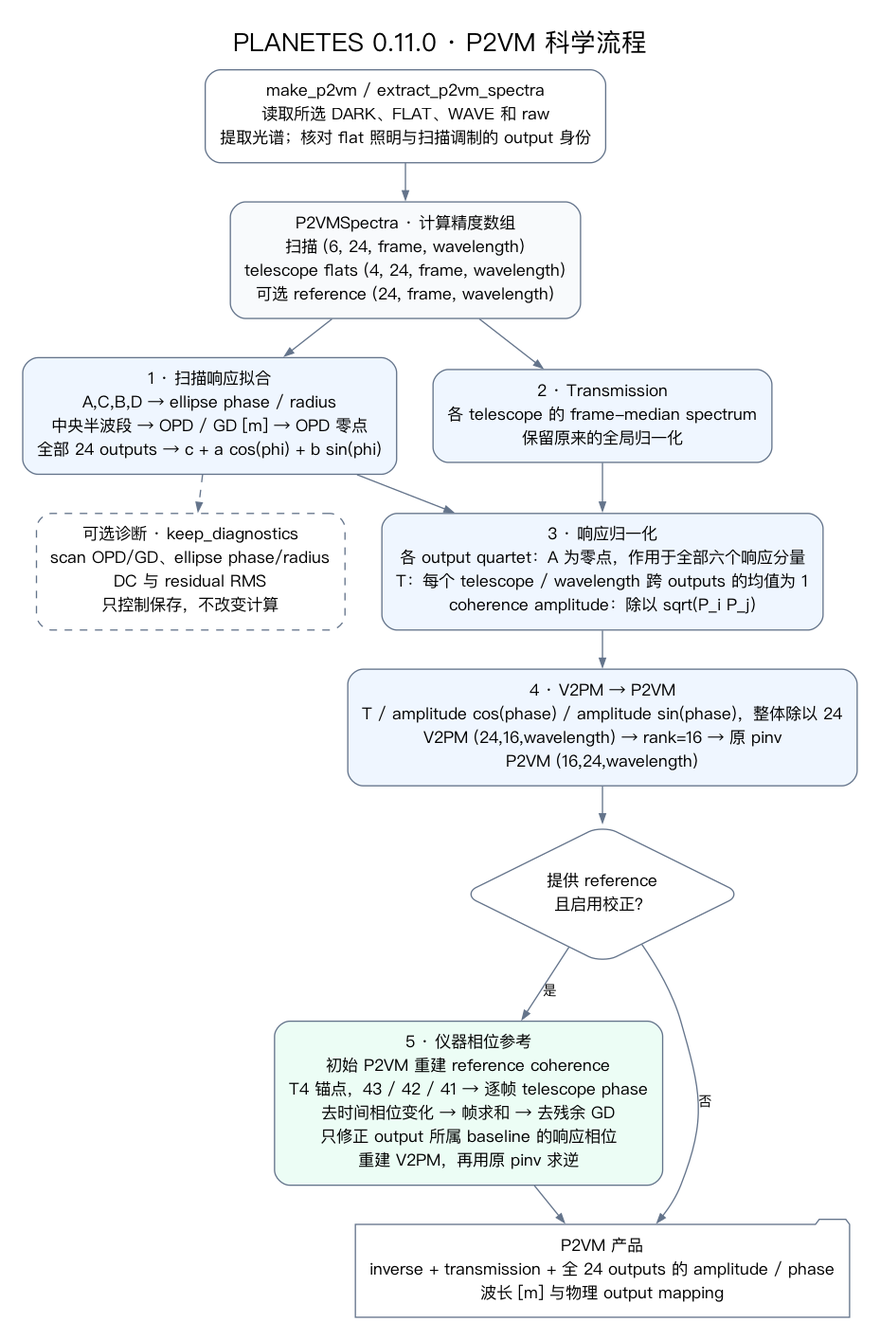
Before: docs/p2vm_flow.png, a diagram exported from Graphviz (zexwu/planetes_pipe). Its source is kept beside it as docs/p2vm_flow.dot. Source of this version:
```dot
digraph P2VM {
  graph [rankdir=TB, bgcolor="white", pad=0.25, nodesep=0.4, ranksep=0.4, fontname="PingFang SC", fontsize=20, label="PLANETES 0.11.0 · P2VM 科学流程", labelloc=t];
  node [shape=box, style="rounded", fontname="PingFang SC", fontsize=13, color="#64748b", margin="0.16,0.12"];
  edge [fontname="PingFang SC", fontsize=11, color="#64748b", arrowsize=0.7];
  files [label="make_p2vm / extract_p2vm_spectra\n读取所选 DARK、FLAT、WAVE 和 raw\n提取光谱；核对 flat 照明与扫描调制的 output 身份"];
  spectra [label="P2VMSpectra · 计算精度数组\n扫描 (6, 24, frame, wavelength)\ntelescope flats (4, 24, frame, wavelength)\n可选 reference (24, frame, wavelength)", style="rounded,filled", fillcolor="#f8fafc"];
  scan [label="1 · 扫描响应拟合\nA,C,B,D → ellipse phase / radius\n中央半波段 → OPD / GD [m] → OPD 零点\n全部 24 outputs → c + a cos(phi) + b sin(phi)", style="rounded,filled", fillcolor="#eff6ff"];
  transmission [label="2 · Transmission\n各 telescope 的 frame-median spectrum\n保留原来的全局归一化", style="rounded,filled", fillcolor="#eff6ff"];
  normalize [label="3 · 响应归一化\n各 output quartet：A 为零点，作用于全部六个响应分量\nT：每个 telescope / wavelength 跨 outputs 的均值为 1\ncoherence amplitude：除以 sqrt(P_i P_j)", style="rounded,filled", fillcolor="#eff6ff"];
  inverse [label="4 · V2PM → P2VM\nT / amplitude cos(phase) / amplitude sin(phase)，整体除以 24\nV2PM (24,16,wavelength) → rank=16 → 原 pinv\nP2VM (16,24,wavelength)", style="rounded,filled", fillcolor="#eff6ff"];
  optional [shape=diamond, label="提供 reference\n且启用校正？"];
  phase [label="5 · 仪器相位参考\n初始 P2VM 重建 reference coherence\nT4 锚点，43 / 42 / 41 → 逐帧 telescope phase\n去时间相位变化 → 帧求和 → 去残余 GD\n只修正 output 所属 baseline 的响应相位\n重建 V2PM，再用原 pinv 求逆", style="rounded,filled", fillcolor="#ecfdf5"];
  product [label="P2VM 产品\ninverse + transmission + 全 24 outputs 的 amplitude / phase\n波长 [m] 与物理 output mapping", shape=folder];
  diagnostics [label="可选诊断 · keep_diagnostics\nscan OPD/GD、ellipse phase/radius\nDC 与 residual RMS\n只控制保存，不改变计算", style="rounded,dashed"];
  files -> spectra;
  spectra -> scan;
  spectra -> transmission;
  {rank=same; scan; transmission;}
  scan -> normalize;
  transmission -> normalize;
  normalize -> inverse -> optional;
  optional -> phase [label="是"];
  optional -> product [label="否"];
  phase -> product;
  scan -> diagnostics [style=dashed];
}
```
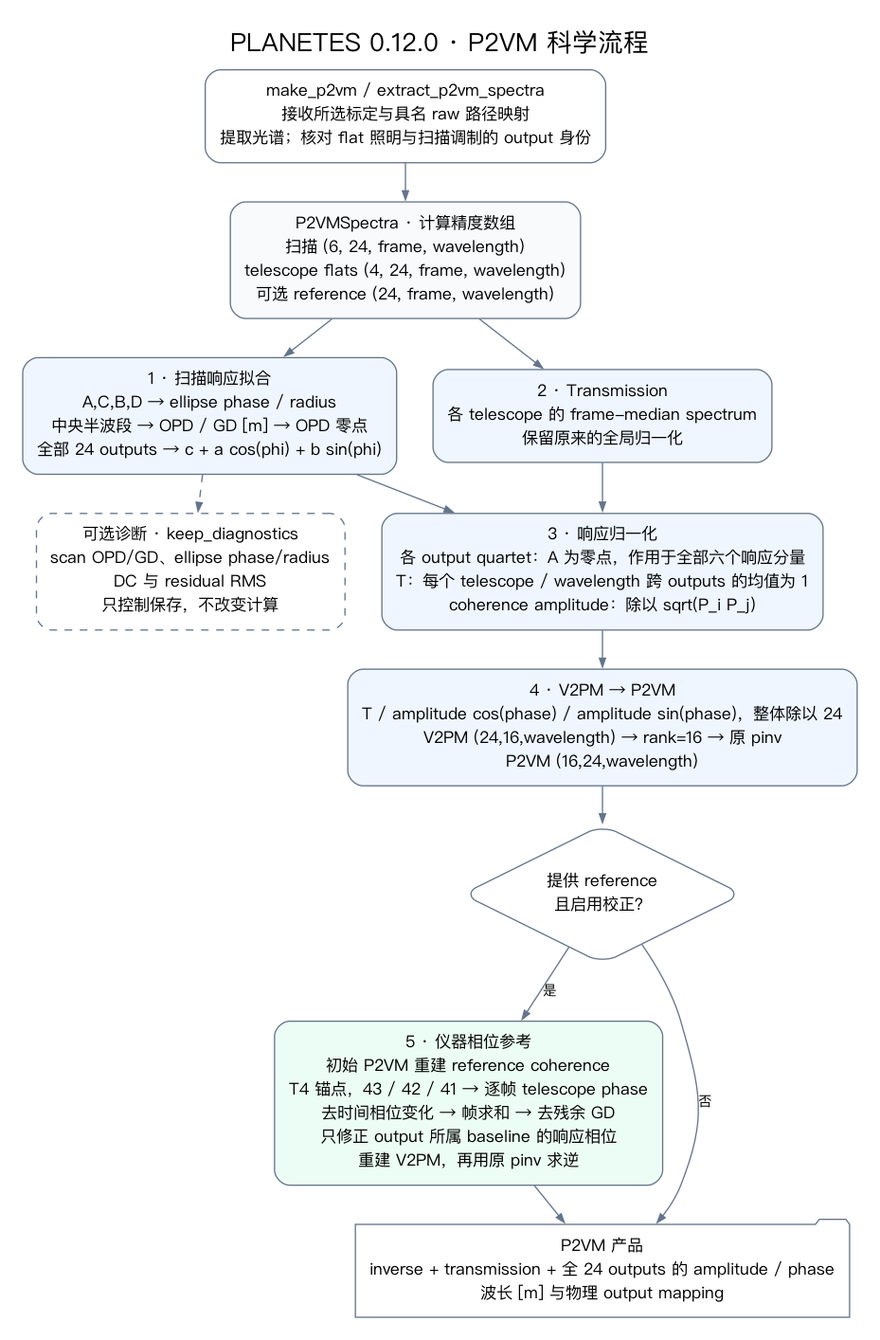
The same file after the commit.

Change to the diagram source:
```diff
@@ -1,8 +1,8 @@
 digraph P2VM {
-  graph [rankdir=TB, bgcolor="white", pad=0.25, nodesep=0.4, ranksep=0.4, fontname="PingFang SC", fontsize=20, label="PLANETES 0.11.0 · P2VM 科学流程", labelloc=t];
+  graph [rankdir=TB, bgcolor="white", pad=0.25, nodesep=0.4, ranksep=0.4, fontname="PingFang SC", fontsize=20, label="PLANETES 0.12.0 · P2VM 科学流程", labelloc=t];
   node [shape=box, style="rounded", fontname="PingFang SC", fontsize=13, color="#64748b", margin="0.16,0.12"];
   edge [fontname="PingFang SC", fontsize=11, color="#64748b", arrowsize=0.7];
-  files [label="make_p2vm / extract_p2vm_spectra\n读取所选 DARK、FLAT、WAVE 和 raw\n提取光谱；核对 flat 照明与扫描调制的 output 身份"];
+  files [label="make_p2vm / extract_p2vm_spectra\n接收所选标定与具名 raw 路径映射\n提取光谱；核对 flat 照明与扫描调制的 output 身份"];
   spectra [label="P2VMSpectra · 计算精度数组\n扫描 (6, 24, frame, wavelength)\ntelescope flats (4, 24, frame, wavelength)\n可选 reference (24, frame, wavelength)", style="rounded,filled", fillcolor="#f8fafc"];
   scan [label="1 · 扫描响应拟合\nA,C,B,D → ellipse phase / radius\n中央半波段 → OPD / GD [m] → OPD 零点\n全部 24 outputs → c + a cos(phi) + b sin(phi)", style="rounded,filled", fillcolor="#eff6ff"];
   transmission [label="2 · Transmission\n各 telescope 的 frame-median spectrum\n保留原来的全局归一化", style="rounded,filled", fillcolor="#eff6ff"];
```
